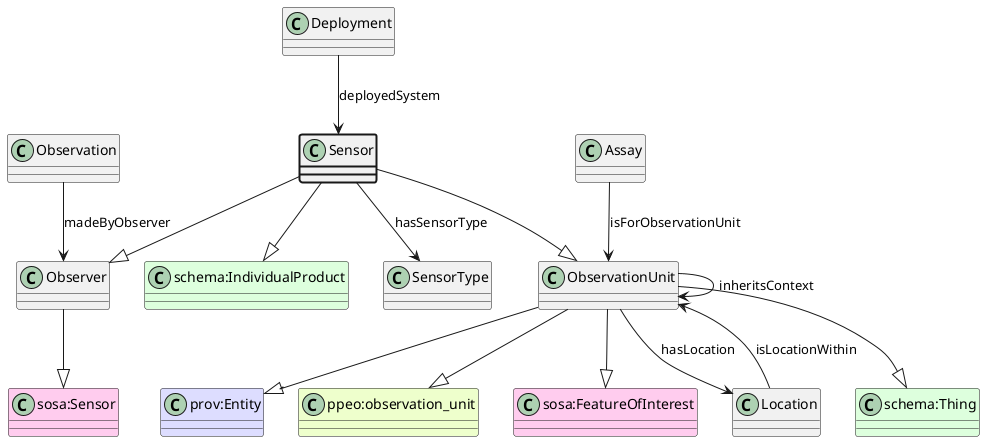
aus-plant-phenomics-network/appn-schema keeps this PlantUML diagram as ttl_uml/ttl_appn_Sensor.png. Above is the earlier version.
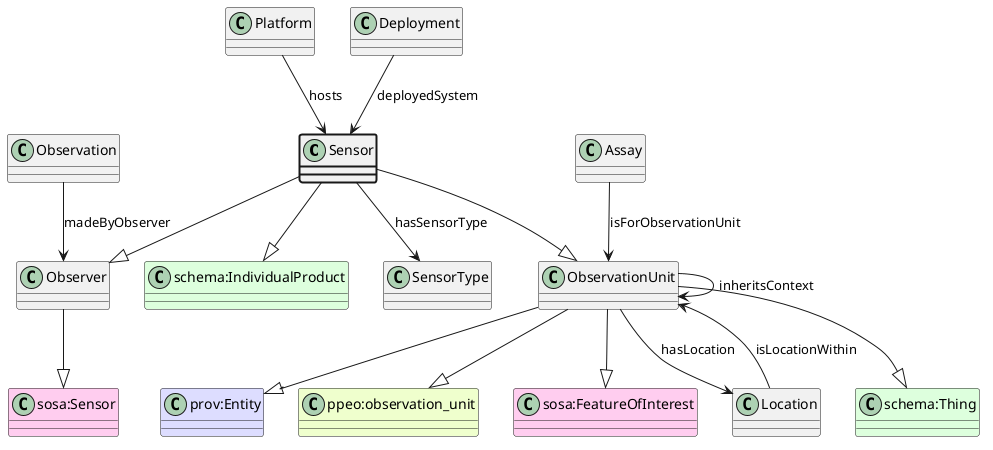
After the change.

The edit, as a diff of the source:
```diff
@@ -18,6 +18,8 @@
 Sensor --|> "schema:IndividualProduct"
 class SensorType
 Sensor --> SensorType : hasSensorType
+class Platform
+Platform --> Sensor : hosts
 class Deployment
 Deployment --> Sensor : deployedSystem
 class Observation
```
